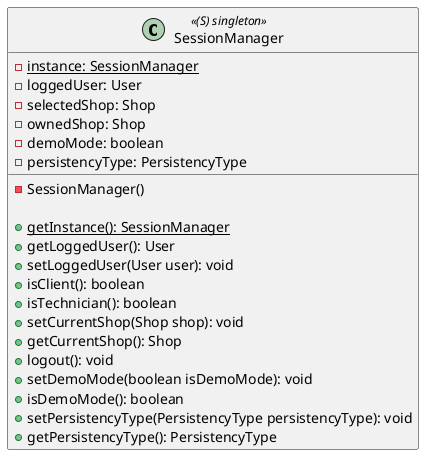
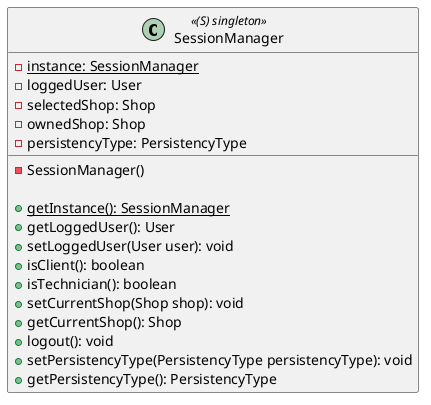
@startuml
skinparam class {
BackgroundColor<<singleton>> LightYellow

}

class SessionManager <<(S) singleton>> {
    - {static} instance: SessionManager
    - loggedUser: User
    - selectedShop: Shop
    - ownedShop: Shop
-     - demoMode: boolean
    - persistencyType: PersistencyType

    - SessionManager()

    + {static} getInstance(): SessionManager
    + getLoggedUser(): User
    + setLoggedUser(User user): void
    + isClient(): boolean
    + isTechnician(): boolean
    + setCurrentShop(Shop shop): void
    + getCurrentShop(): Shop
    + logout(): void
-     + setDemoMode(boolean isDemoMode): void
-     + isDemoMode(): boolean
    + setPersistencyType(PersistencyType persistencyType): void
    + getPersistencyType(): PersistencyType
}
@enduml